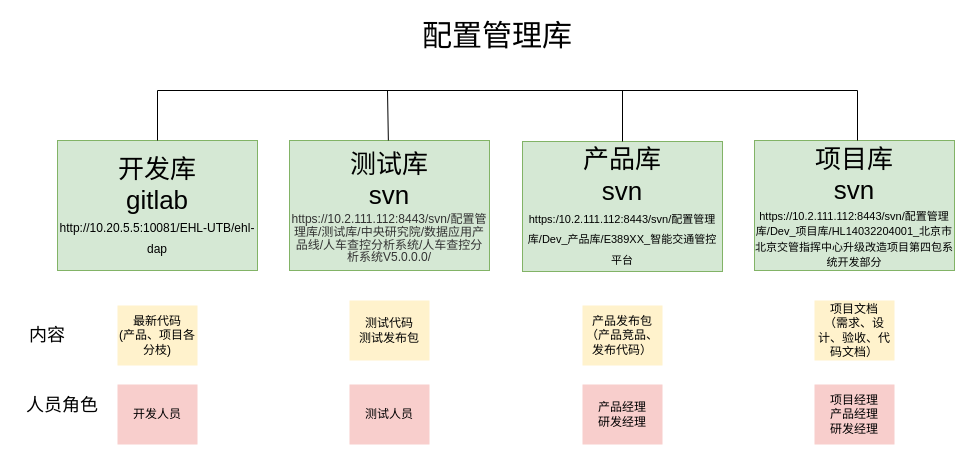
This is page "代码库管理" (13 of 14) of 应用基线产品架构.drawio from bj-ehualu/drawio, a draw.io file, before an edit. Source tidied: cells renumbered, new cells numbered last; positions are measured from the earlier drawing's top-left corner, leaving out a move shared by most shapes. Both pictures are drawn from the tidied source at 100%, with x=0, y=0 at pixel (17, 20).
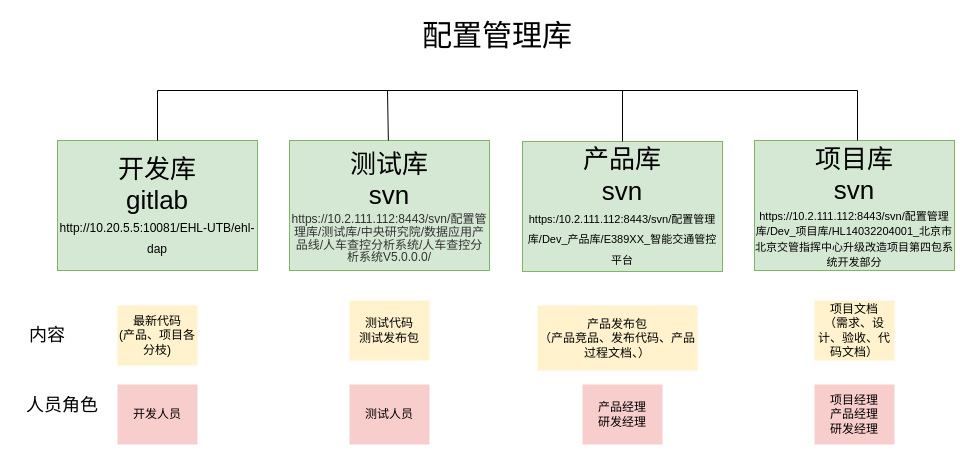
Above is the later version.

Commit message:
更新应用基线产品架构.drawio

What changed in the source:
```diff
@@
-    <mxCell id="13" value="产品发布包&lt;div&gt;（产品竞品、发布代码）&lt;/div&gt;" style="text;html=1;align=center;verticalAlign=middle;whiteSpace=wrap;rounded=0;fillColor=#fff2cc;strokeColor=none;" parent="1" vertex="1">
-      <mxGeometry x="565" y="285" width="80" height="60" as="geometry" />
+    <mxCell id="13" value="产品发布包&lt;div&gt;（产品竞品、发布代码、产品过程文档、）&lt;/div&gt;" style="text;html=1;align=center;verticalAlign=middle;whiteSpace=wrap;rounded=0;fillColor=#fff2cc;strokeColor=none;" parent="1" vertex="1">
+      <mxGeometry x="520" y="285" width="160" height="65" as="geometry" />
     </mxCell>
```
